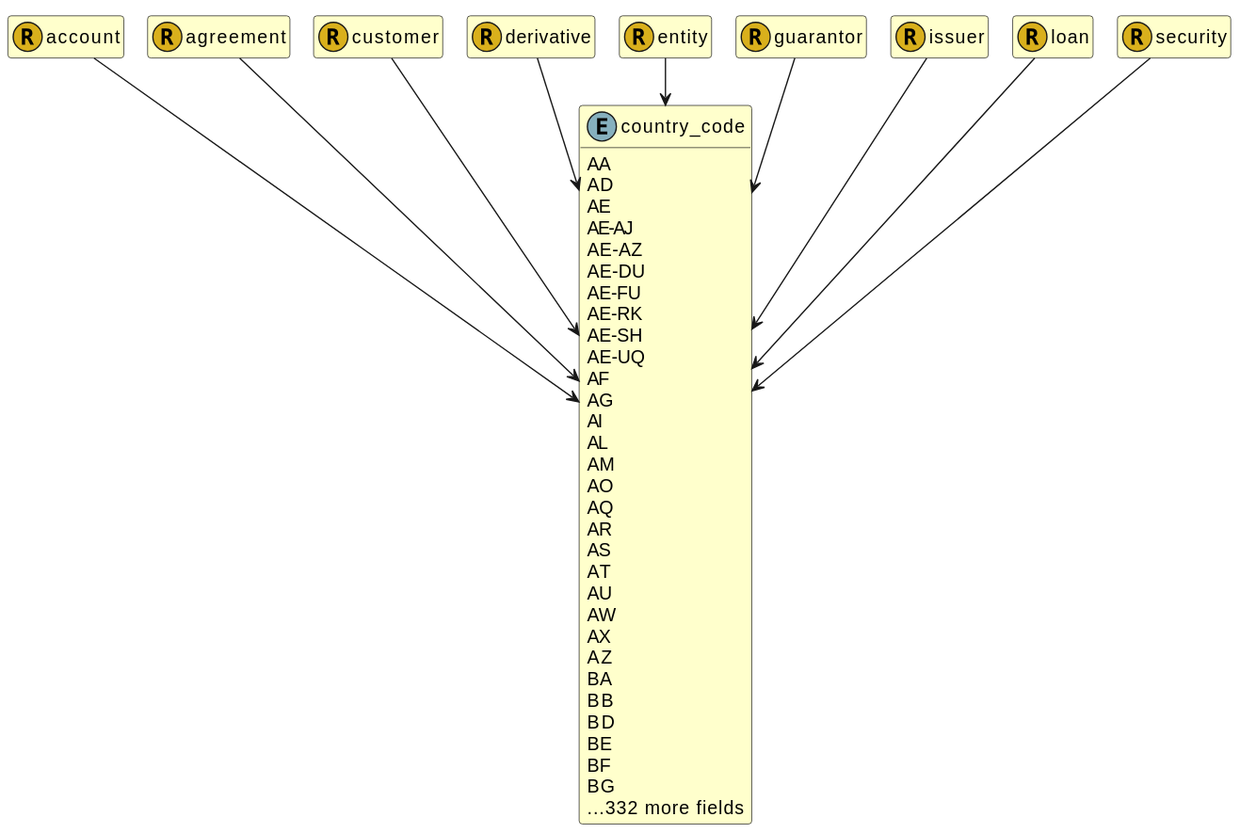
Above: images/fire.model.country_code.svg in Schemarise/demo-alfa-with-fire-json-model (PlantUML), before the change.
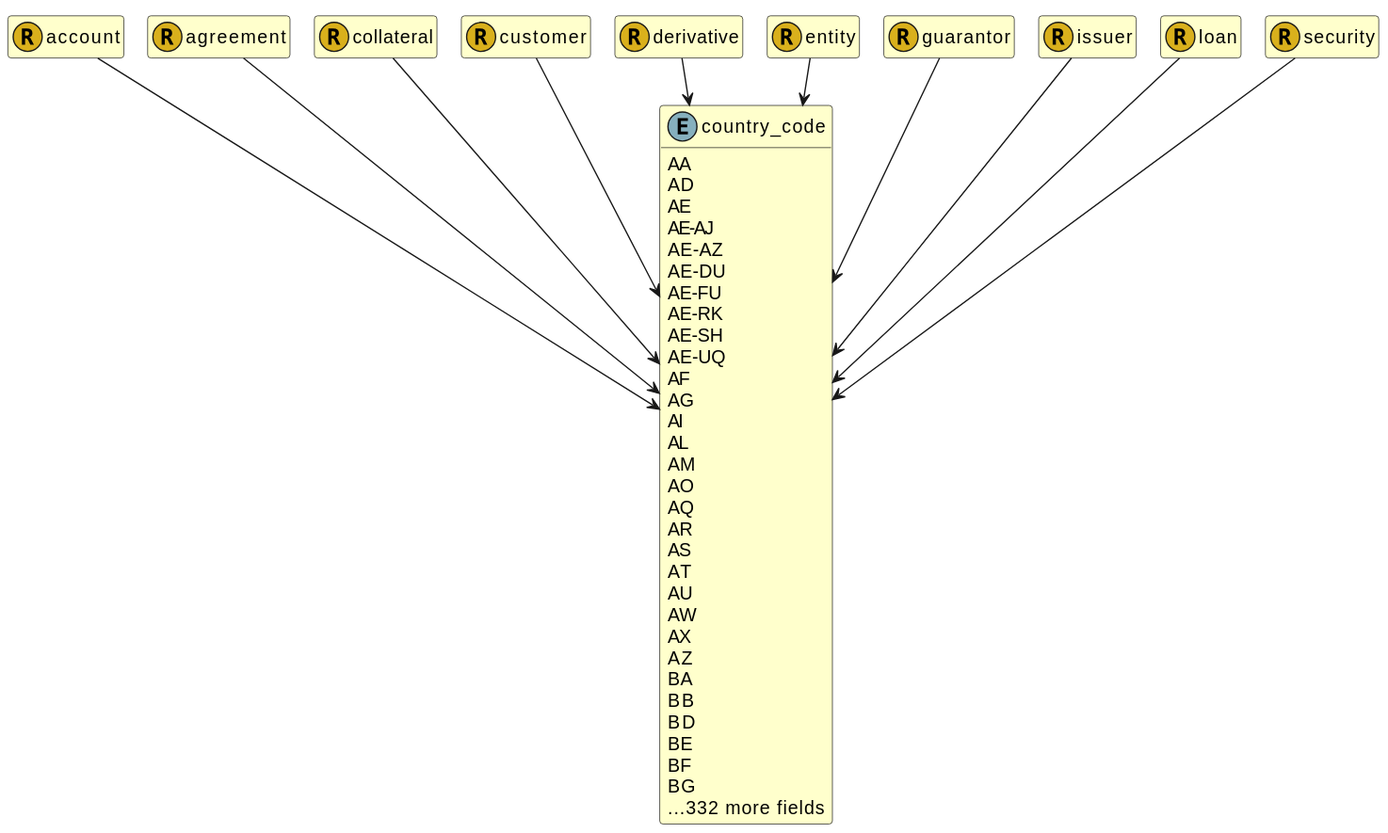
The same diagram one commit later.

Change to the diagram source:
```diff
@@ -65,6 +65,14 @@
 
 }
 
+class collateral << (R,D9B01C) >> {
+
+
+
+
+
+}
+
 class customer << (R,D9B01C) >> {
 
 
@@ -123,6 +131,7 @@
 
 account --> country_code
 agreement --> country_code
+collateral --> country_code
 customer --> country_code
 derivative --> country_code
 entity --> country_code
```
